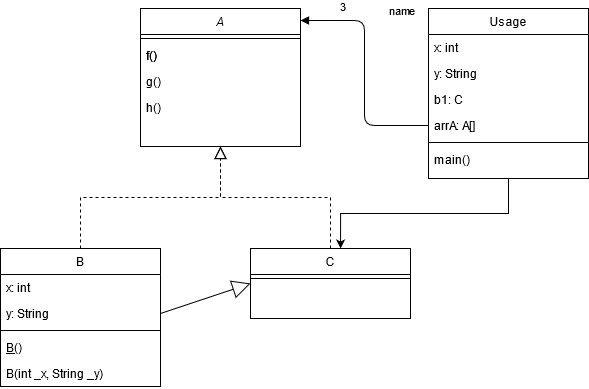
The draw.io diagram Untitled Diagram.png in chiefchiefon/OODPE, before a commit. Source tidied: cells renumbered, new cells last; positions are measured from the earlier drawing's top-left corner, leaving out a move shared by most shapes.
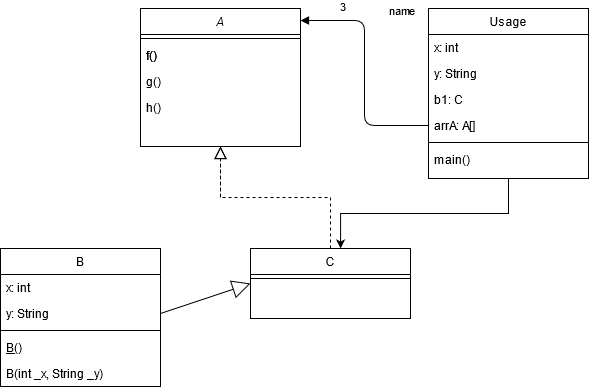
Later version of the same file.

Diff of the diagram source:
```diff
@@ -35,8 +35,10 @@
     <mxCell id="12" value="B(int _x, String _y)" style="text;align=left;verticalAlign=top;spacingLeft=4;spacingRight=4;overflow=hidden;" parent="7" vertex="1">
       <mxGeometry y="112" width="160" height="26" as="geometry" />
     </mxCell>
-    <mxCell id="13" style="endArrow=block;endSize=10;endFill=0;shadow=0;strokeWidth=1;rounded=0;edgeStyle=elbowEdgeStyle;elbow=vertical;dashed=1;" parent="1" edge="1" source="7" target="2">
-      <mxGeometry relative="1" as="geometry" />
+    <mxCell id="13" style="endArrow=block;endSize=10;endFill=0;shadow=0;strokeWidth=1;rounded=0;edgeStyle=elbowEdgeStyle;elbow=vertical;dashed=1;" parent="1" edge="1" target="2">
+      <mxGeometry relative="1" as="geometry">
+        <mxPoint x="220" y="189" as="sourcePoint" />
+      </mxGeometry>
     </mxCell>
     <mxCell id="14" value="C" style="swimlane;fontStyle=0;align=center;verticalAlign=top;horizontal=1;startSize=26;rounded=0;shadow=0;strokeWidth=1;" parent="1" vertex="1">
       <mxGeometry x="250" y="240" width="160" height="70" as="geometry" />
```
